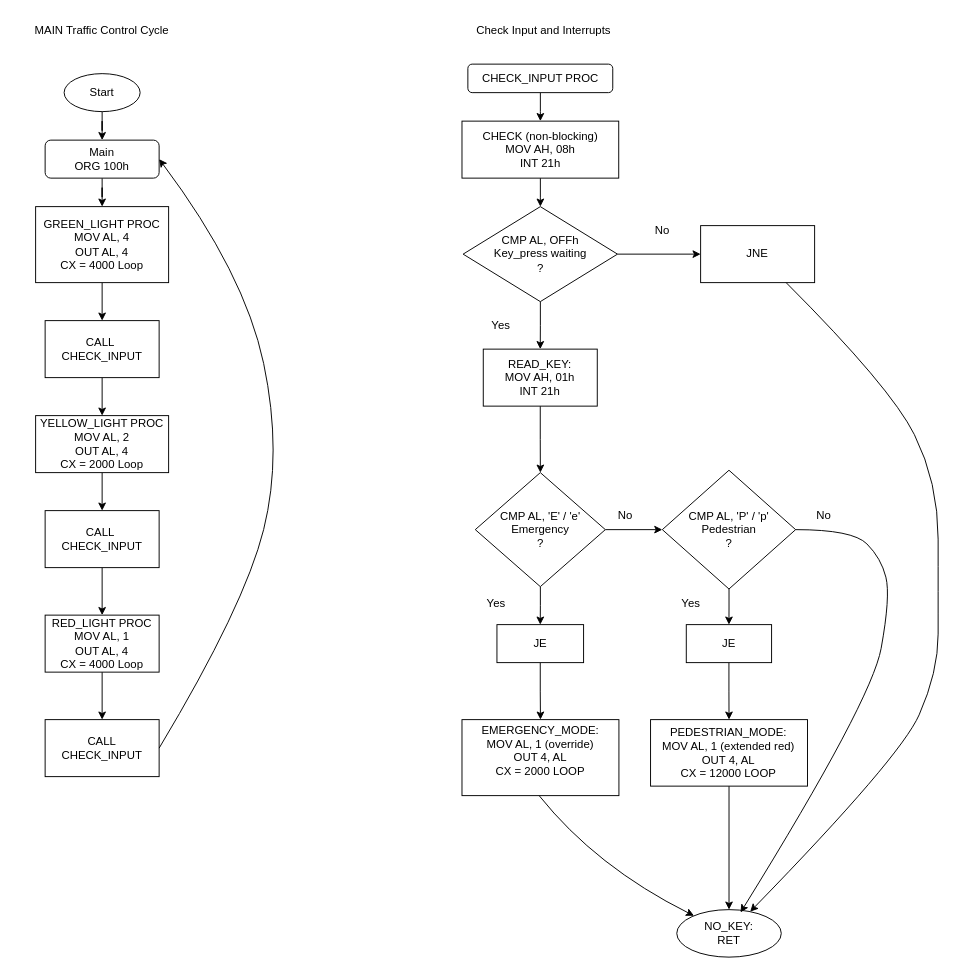
This is Milestone2FlowChart.drawio from Rhooba/Rhooti-Project, a draw.io file, before an edit. Source tidied: cells renumbered, new cells numbered last; positions are measured from the earlier drawing's top-left corner, leaving out a move shared by most shapes. Both pictures are drawn from the tidied source at 95%, with x=0, y=0 at pixel (16, 16).
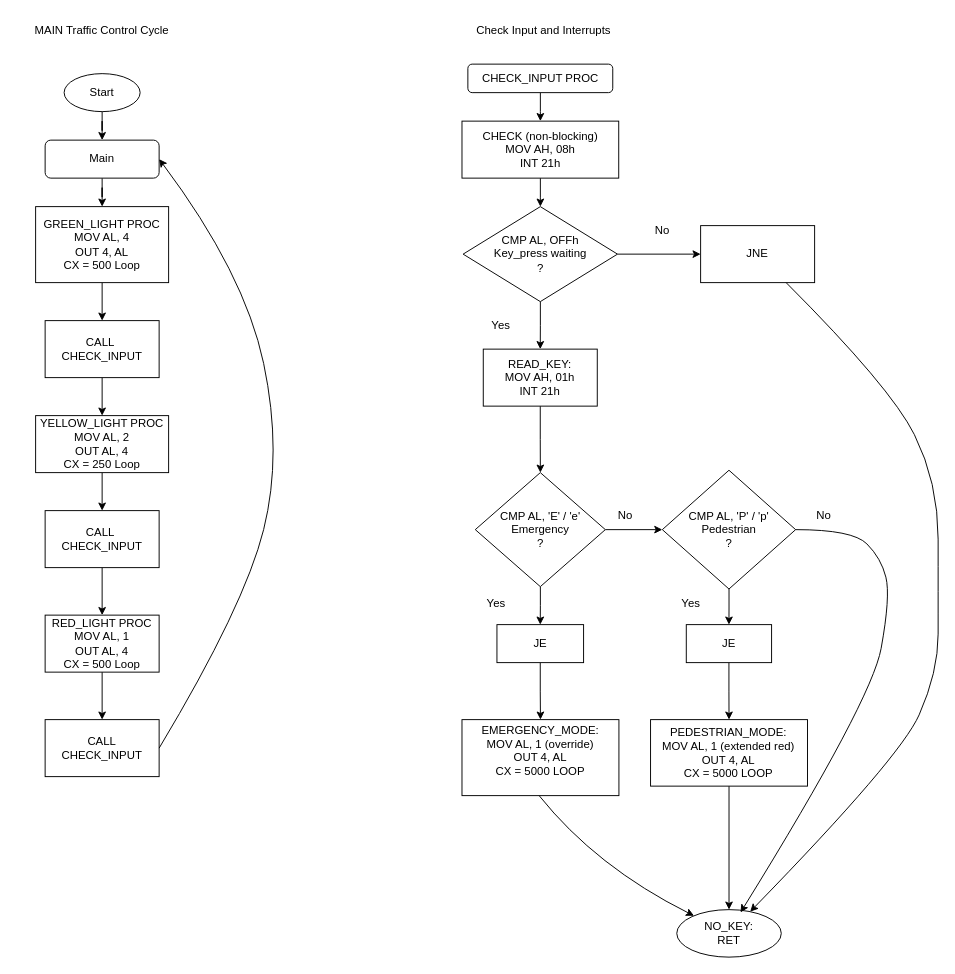
The same page after the edit.

Change to the diagram source:
```diff
@@
-    <mxCell id="3" value="Main&lt;div&gt;ORG 100h&lt;/div&gt;" style="rounded=1;whiteSpace=wrap;html=1;fontSize=12;glass=0;strokeWidth=1;shadow=0;labelBackgroundColor=none;strokeColor=light-dark(#000000,#FF33FF);" parent="1" vertex="1">
+    <mxCell id="3" value="Main" style="rounded=1;whiteSpace=wrap;html=1;fontSize=12;glass=0;strokeWidth=1;shadow=0;labelBackgroundColor=none;strokeColor=light-dark(#000000,#FF33FF);" parent="1" vertex="1">
       <mxGeometry x="30" y="130" width="120" height="40" as="geometry" />
     </mxCell>
@@
-    <mxCell id="5" value="GREEN_LIGHT PROC&lt;div&gt;MOV AL, 4&lt;/div&gt;&lt;div&gt;OUT AL, 4&lt;/div&gt;&lt;div&gt;CX = 4000 Loop&lt;/div&gt;" style="rounded=0;whiteSpace=wrap;html=1;labelBackgroundColor=none;" parent="1" vertex="1">
+    <mxCell id="5" value="GREEN_LIGHT PROC&lt;div&gt;MOV AL, 4&lt;/div&gt;&lt;div&gt;OUT 4, AL&lt;/div&gt;&lt;div&gt;CX = 500 Loop&lt;/div&gt;" style="rounded=0;whiteSpace=wrap;html=1;labelBackgroundColor=none;" parent="1" vertex="1">
       <mxGeometry x="20" y="200" width="140" height="80" as="geometry" />
     </mxCell>
@@
-    <mxCell id="9" value="YELLOW_LIGHT PROC&lt;div&gt;MOV AL, 2&lt;/div&gt;&lt;div&gt;OUT AL, 4&lt;/div&gt;&lt;div&gt;CX = 2000 Loop&lt;/div&gt;" style="rounded=0;whiteSpace=wrap;html=1;labelBackgroundColor=none;" parent="1" vertex="1">
+    <mxCell id="9" value="YELLOW_LIGHT PROC&lt;div&gt;MOV AL, 2&lt;/div&gt;&lt;div&gt;OUT AL, 4&lt;/div&gt;&lt;div&gt;CX = 250 Loop&lt;/div&gt;" style="rounded=0;whiteSpace=wrap;html=1;labelBackgroundColor=none;" parent="1" vertex="1">
       <mxGeometry x="20" y="420" width="140" height="60" as="geometry" />
     </mxCell>
@@
-    <mxCell id="13" value="RED_LIGHT PROC&lt;div&gt;MOV AL, 1&lt;/div&gt;&lt;div&gt;OUT AL, 4&lt;/div&gt;&lt;div&gt;CX = 4000 Loop&lt;/div&gt;" style="rounded=0;whiteSpace=wrap;html=1;" parent="1" vertex="1">
+    <mxCell id="13" value="RED_LIGHT PROC&lt;div&gt;MOV AL, 1&lt;/div&gt;&lt;div&gt;OUT AL, 4&lt;/div&gt;&lt;div&gt;CX = 500 Loop&lt;/div&gt;" style="rounded=0;whiteSpace=wrap;html=1;" parent="1" vertex="1">
       <mxGeometry x="30" y="630" width="120" height="60" as="geometry" />
     </mxCell>
@@
-    <mxCell id="40" value="EMERGENCY_MODE:&lt;div&gt;MOV AL, 1 (override)&lt;/div&gt;&lt;div&gt;OUT 4, AL&lt;/div&gt;&lt;div&gt;CX = 2000 LOOP&lt;/div&gt;&lt;div&gt;&lt;br&gt;&lt;/div&gt;" style="rounded=0;whiteSpace=wrap;html=1;" parent="1" vertex="1">
+    <mxCell id="40" value="EMERGENCY_MODE:&lt;div&gt;MOV AL, 1 (override)&lt;/div&gt;&lt;div&gt;OUT 4, AL&lt;/div&gt;&lt;div&gt;CX = 5000 LOOP&lt;/div&gt;&lt;div&gt;&lt;br&gt;&lt;/div&gt;" style="rounded=0;whiteSpace=wrap;html=1;" parent="1" vertex="1">
       <mxGeometry x="468.8" y="740" width="165.2" height="80" as="geometry" />
     </mxCell>
@@
-    <mxCell id="51" value="PEDESTRIAN_MODE:&lt;div&gt;MOV AL, 1 (extended red)&lt;/div&gt;&lt;div&gt;OUT 4, AL&lt;/div&gt;&lt;div&gt;CX = 12000 LOOP&lt;/div&gt;" style="rounded=0;whiteSpace=wrap;html=1;" parent="1" vertex="1">
+    <mxCell id="51" value="PEDESTRIAN_MODE:&lt;div&gt;MOV AL, 1 (extended red)&lt;/div&gt;&lt;div&gt;OUT 4, AL&lt;/div&gt;&lt;div&gt;CX = 5000 LOOP&lt;/div&gt;" style="rounded=0;whiteSpace=wrap;html=1;" parent="1" vertex="1">
       <mxGeometry x="667.3" y="740" width="165.2" height="70" as="geometry" />
     </mxCell>
```
